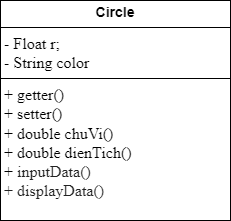
Before: src/名称未設定ファイル.drawio.png, a diagram exported from draw.io (HuongDinh143/Exercise_MD2_Session04). Source tidied: cells renumbered, new cells last; positions are measured from the earlier drawing's top-left corner, leaving out a move shared by most shapes.
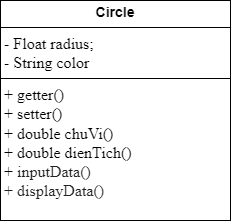
Above is the later version.

Change to the diagram source:
```diff
@@ -2,7 +2,7 @@
   <root>
     <mxCell id="0" />
     <mxCell id="1" parent="0" />
-    <mxCell id="2" value="&lt;p style=&quot;margin:0px;margin-top:4px;text-align:center;&quot;&gt;&lt;b&gt;&lt;font style=&quot;font-size: 14px;&quot; face=&quot;Helvetica&quot;&gt;Circle&lt;/font&gt;&lt;/b&gt;&lt;/p&gt;&lt;hr size=&quot;1&quot; style=&quot;border-style:solid;&quot;&gt;&lt;p style=&quot;margin:0px;margin-left:4px;&quot;&gt;&lt;font size=&quot;3&quot; face=&quot;ked19P_YB41xmlOtGffH&quot;&gt;- Float r;&lt;/font&gt;&lt;/p&gt;&lt;p style=&quot;margin:0px;margin-left:4px;&quot;&gt;&lt;font size=&quot;3&quot; face=&quot;ked19P_YB41xmlOtGffH&quot;&gt;- String color&lt;/font&gt;&lt;/p&gt;&lt;hr size=&quot;1&quot; style=&quot;border-style:solid;&quot;&gt;&lt;p style=&quot;margin:0px;margin-left:4px;&quot;&gt;&lt;font size=&quot;3&quot; face=&quot;ked19P_YB41xmlOtGffH&quot;&gt;+ getter()&lt;/font&gt;&lt;/p&gt;&lt;p style=&quot;margin:0px;margin-left:4px;&quot;&gt;&lt;font size=&quot;3&quot; face=&quot;ked19P_YB41xmlOtGffH&quot;&gt;+ setter()&lt;/font&gt;&lt;/p&gt;&lt;p style=&quot;margin:0px;margin-left:4px;&quot;&gt;&lt;font size=&quot;3&quot; face=&quot;ked19P_YB41xmlOtGffH&quot;&gt;+ double chuVi()&lt;/font&gt;&lt;/p&gt;&lt;p style=&quot;margin:0px;margin-left:4px;&quot;&gt;&lt;font size=&quot;3&quot; face=&quot;ked19P_YB41xmlOtGffH&quot;&gt;+ double dienTich()&lt;/font&gt;&lt;/p&gt;&lt;p style=&quot;margin:0px;margin-left:4px;&quot;&gt;&lt;font size=&quot;3&quot; face=&quot;ked19P_YB41xmlOtGffH&quot;&gt;+&lt;font style=&quot;&quot;&gt;&amp;nbsp;&lt;span style=&quot;background-color: rgb(255, 255, 255); color: rgb(34, 34, 34);&quot;&gt;inputData()&lt;/span&gt;&lt;/font&gt;&lt;/font&gt;&lt;/p&gt;&lt;p style=&quot;margin:0px;margin-left:4px;&quot;&gt;&lt;font size=&quot;3&quot; face=&quot;ked19P_YB41xmlOtGffH&quot; style=&quot;&quot;&gt;&lt;font style=&quot;&quot;&gt;&lt;span style=&quot;background-color: rgb(255, 255, 255); color: rgb(34, 34, 34);&quot;&gt;+&amp;nbsp;&lt;/span&gt;&lt;/font&gt;&lt;span style=&quot;background-color: rgb(255, 255, 255); color: rgb(34, 34, 34);&quot;&gt;displayData()&lt;/span&gt;&lt;/font&gt;&lt;/p&gt;&lt;p style=&quot;margin:0px;margin-left:4px;&quot;&gt;&lt;font size=&quot;3&quot; face=&quot;ked19P_YB41xmlOtGffH&quot;&gt;&lt;br&gt;&lt;/font&gt;&lt;/p&gt;&lt;p style=&quot;margin:0px;margin-left:4px;&quot;&gt;&lt;br&gt;&lt;/p&gt;" style="verticalAlign=top;align=left;overflow=fill;html=1;whiteSpace=wrap;" parent="1" vertex="1">
+    <mxCell id="2" value="&lt;p style=&quot;margin:0px;margin-top:4px;text-align:center;&quot;&gt;&lt;b&gt;&lt;font style=&quot;font-size: 14px;&quot; face=&quot;Helvetica&quot;&gt;Circle&lt;/font&gt;&lt;/b&gt;&lt;/p&gt;&lt;hr size=&quot;1&quot; style=&quot;border-style:solid;&quot;&gt;&lt;p style=&quot;margin:0px;margin-left:4px;&quot;&gt;&lt;font size=&quot;3&quot; face=&quot;ked19P_YB41xmlOtGffH&quot;&gt;- Float radius&lt;/font&gt;&lt;span style=&quot;font-family: ked19P_YB41xmlOtGffH; font-size: medium; background-color: initial;&quot;&gt;;&lt;/span&gt;&lt;/p&gt;&lt;p style=&quot;margin:0px;margin-left:4px;&quot;&gt;&lt;font size=&quot;3&quot; face=&quot;ked19P_YB41xmlOtGffH&quot;&gt;- String color&lt;/font&gt;&lt;/p&gt;&lt;hr size=&quot;1&quot; style=&quot;border-style:solid;&quot;&gt;&lt;p style=&quot;margin:0px;margin-left:4px;&quot;&gt;&lt;font size=&quot;3&quot; face=&quot;ked19P_YB41xmlOtGffH&quot;&gt;+ getter()&lt;/font&gt;&lt;/p&gt;&lt;p style=&quot;margin:0px;margin-left:4px;&quot;&gt;&lt;font size=&quot;3&quot; face=&quot;ked19P_YB41xmlOtGffH&quot;&gt;+ setter()&lt;/font&gt;&lt;/p&gt;&lt;p style=&quot;margin:0px;margin-left:4px;&quot;&gt;&lt;font size=&quot;3&quot; face=&quot;ked19P_YB41xmlOtGffH&quot;&gt;+ double chuVi()&lt;/font&gt;&lt;/p&gt;&lt;p style=&quot;margin:0px;margin-left:4px;&quot;&gt;&lt;font size=&quot;3&quot; face=&quot;ked19P_YB41xmlOtGffH&quot;&gt;+ double dienTich()&lt;/font&gt;&lt;/p&gt;&lt;p style=&quot;margin:0px;margin-left:4px;&quot;&gt;&lt;font size=&quot;3&quot; face=&quot;ked19P_YB41xmlOtGffH&quot;&gt;+&lt;font style=&quot;&quot;&gt;&amp;nbsp;&lt;span style=&quot;background-color: rgb(255, 255, 255); color: rgb(34, 34, 34);&quot;&gt;inputData()&lt;/span&gt;&lt;/font&gt;&lt;/font&gt;&lt;/p&gt;&lt;p style=&quot;margin:0px;margin-left:4px;&quot;&gt;&lt;font size=&quot;3&quot; face=&quot;ked19P_YB41xmlOtGffH&quot; style=&quot;&quot;&gt;&lt;font style=&quot;&quot;&gt;&lt;span style=&quot;background-color: rgb(255, 255, 255); color: rgb(34, 34, 34);&quot;&gt;+&amp;nbsp;&lt;/span&gt;&lt;/font&gt;&lt;span style=&quot;background-color: rgb(255, 255, 255); color: rgb(34, 34, 34);&quot;&gt;displayData()&lt;/span&gt;&lt;/font&gt;&lt;/p&gt;&lt;p style=&quot;margin:0px;margin-left:4px;&quot;&gt;&lt;font size=&quot;3&quot; face=&quot;ked19P_YB41xmlOtGffH&quot;&gt;&lt;br&gt;&lt;/font&gt;&lt;/p&gt;&lt;p style=&quot;margin:0px;margin-left:4px;&quot;&gt;&lt;br&gt;&lt;/p&gt;" style="verticalAlign=top;align=left;overflow=fill;html=1;whiteSpace=wrap;" parent="1" vertex="1">
       <mxGeometry width="230" height="220" as="geometry" />
     </mxCell>
   </root>
```
